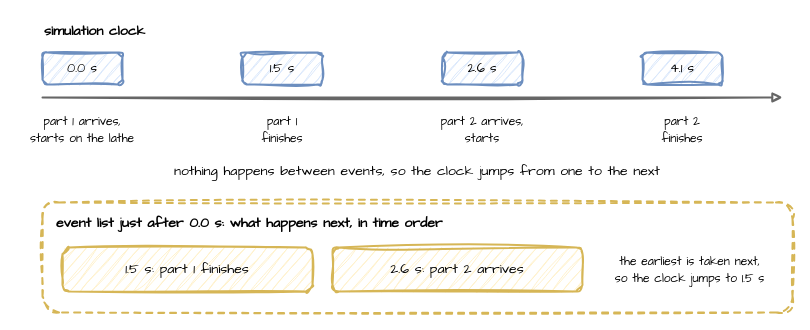
The draw.io diagram docs/assets/diagrams/event-clock.drawio in jaehyeon-kim/desflow, before the edit. Source tidied: cells renumbered, new cells numbered last; positions are measured from the earlier drawing's top-left corner, leaving out a move shared by most shapes. Both pictures are drawn from the tidied source at 100%, with x=0, y=0 at pixel (17, 17).
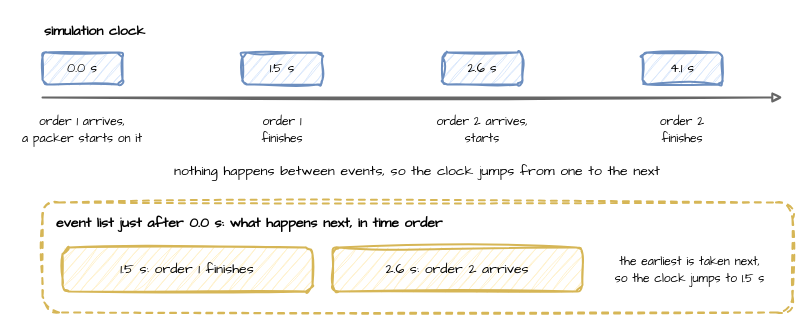
The same page after the edit.

Diff of the diagram source:
```diff
@@
 <mxGraphModel>
   <root>
     <mxCell id="0" />
     <mxCell id="1" parent="0" />
     <mxCell id="2" value="event list just after 0.0 s: what happens next, in time order" style="rounded=1;whiteSpace=wrap;html=1;sketch=1;curveFitting=1;jiggle=2;fontFamily=Comic Sans MS;fontSize=14;fillColor=none;strokeColor=#d6b656;strokeWidth=2;dashed=1;verticalAlign=top;align=left;spacingLeft=12;spacingTop=6;fontStyle=1;" parent="1" vertex="1">
       <mxGeometry x="25" y="185" width="750" height="110" as="geometry" />
     </mxCell>
     <mxCell id="3" value="simulation clock" style="text;html=1;align=center;verticalAlign=middle;whiteSpace=wrap;html=1;sketch=1;curveFitting=1;jiggle=2;fontFamily=Comic Sans MS;fontSize=14;align=left;fontStyle=1;" parent="1" vertex="1">
       <mxGeometry x="25" width="160" height="28" as="geometry" />
     </mxCell>
     <mxCell id="4" value="0.0 s" style="rounded=1;whiteSpace=wrap;html=1;sketch=1;curveFitting=1;jiggle=2;fontFamily=Comic Sans MS;fontSize=14;fillColor=#dae8fc;strokeColor=#6c8ebf;strokeWidth=2;fontSize=13;" parent="1" vertex="1">
       <mxGeometry x="25" y="35" width="80" height="32" as="geometry" />
     </mxCell>
-    <mxCell id="5" value="&lt;font style='font-size:12px'&gt;part 1 arrives,&lt;br&gt;starts on the lathe&lt;/font&gt;" style="text;html=1;align=center;verticalAlign=middle;whiteSpace=wrap;html=1;sketch=1;curveFitting=1;jiggle=2;fontFamily=Comic Sans MS;fontSize=14;" parent="1" vertex="1">
+    <mxCell id="5" value="&lt;font style='font-size:12px'&gt;order 1 arrives,&lt;br&gt;a packer starts on it&lt;/font&gt;" style="text;html=1;align=center;verticalAlign=middle;whiteSpace=wrap;html=1;sketch=1;curveFitting=1;jiggle=2;fontFamily=Comic Sans MS;fontSize=14;" parent="1" vertex="1">
       <mxGeometry y="92" width="130" height="40" as="geometry" />
     </mxCell>
     <mxCell id="6" value="1.5 s" style="rounded=1;whiteSpace=wrap;html=1;sketch=1;curveFitting=1;jiggle=2;fontFamily=Comic Sans MS;fontSize=14;fillColor=#dae8fc;strokeColor=#6c8ebf;strokeWidth=2;fontSize=13;" parent="1" vertex="1">
       <mxGeometry x="225" y="35" width="80" height="32" as="geometry" />
     </mxCell>
-    <mxCell id="7" value="&lt;font style='font-size:12px'&gt;part 1&lt;br&gt;finishes&lt;/font&gt;" style="text;html=1;align=center;verticalAlign=middle;whiteSpace=wrap;html=1;sketch=1;curveFitting=1;jiggle=2;fontFamily=Comic Sans MS;fontSize=14;" parent="1" vertex="1">
+    <mxCell id="7" value="&lt;font style='font-size:12px'&gt;order 1&lt;br&gt;finishes&lt;/font&gt;" style="text;html=1;align=center;verticalAlign=middle;whiteSpace=wrap;html=1;sketch=1;curveFitting=1;jiggle=2;fontFamily=Comic Sans MS;fontSize=14;" parent="1" vertex="1">
       <mxGeometry x="200" y="92" width="130" height="40" as="geometry" />
     </mxCell>
     <mxCell id="8" value="2.6 s" style="rounded=1;whiteSpace=wrap;html=1;sketch=1;curveFitting=1;jiggle=2;fontFamily=Comic Sans MS;fontSize=14;fillColor=#dae8fc;strokeColor=#6c8ebf;strokeWidth=2;fontSize=13;" parent="1" vertex="1">
       <mxGeometry x="425" y="35" width="80" height="32" as="geometry" />
     </mxCell>
-    <mxCell id="9" value="&lt;font style='font-size:12px'&gt;part 2 arrives,&lt;br&gt;starts&lt;/font&gt;" style="text;html=1;align=center;verticalAlign=middle;whiteSpace=wrap;html=1;sketch=1;curveFitting=1;jiggle=2;fontFamily=Comic Sans MS;fontSize=14;" parent="1" vertex="1">
+    <mxCell id="9" value="&lt;font style='font-size:12px'&gt;order 2 arrives,&lt;br&gt;starts&lt;/font&gt;" style="text;html=1;align=center;verticalAlign=middle;whiteSpace=wrap;html=1;sketch=1;curveFitting=1;jiggle=2;fontFamily=Comic Sans MS;fontSize=14;" parent="1" vertex="1">
       <mxGeometry x="400" y="92" width="130" height="40" as="geometry" />
     </mxCell>
     <mxCell id="10" value="4.1 s" style="rounded=1;whiteSpace=wrap;html=1;sketch=1;curveFitting=1;jiggle=2;fontFamily=Comic Sans MS;fontSize=14;fillColor=#dae8fc;strokeColor=#6c8ebf;strokeWidth=2;fontSize=13;" parent="1" vertex="1">
       <mxGeometry x="625" y="35" width="80" height="32" as="geometry" />
     </mxCell>
-    <mxCell id="11" value="&lt;font style='font-size:12px'&gt;part 2&lt;br&gt;finishes&lt;/font&gt;" style="text;html=1;align=center;verticalAlign=middle;whiteSpace=wrap;html=1;sketch=1;curveFitting=1;jiggle=2;fontFamily=Comic Sans MS;fontSize=14;" parent="1" vertex="1">
+    <mxCell id="11" value="&lt;font style='font-size:12px'&gt;order 2&lt;br&gt;finishes&lt;/font&gt;" style="text;html=1;align=center;verticalAlign=middle;whiteSpace=wrap;html=1;sketch=1;curveFitting=1;jiggle=2;fontFamily=Comic Sans MS;fontSize=14;" parent="1" vertex="1">
       <mxGeometry x="600" y="92" width="130" height="40" as="geometry" />
     </mxCell>
     <mxCell id="12" style="sketch=1;html=1;strokeWidth=2;endArrow=block;strokeColor=#666666;" parent="1" edge="1">
       <mxGeometry relative="1" as="geometry">
         <mxPoint x="25" y="80" as="sourcePoint" />
         <mxPoint x="765" y="80" as="targetPoint" />
       </mxGeometry>
     </mxCell>
     <mxCell id="13" value="nothing happens between events, so the clock jumps from one to the next" style="text;html=1;align=center;verticalAlign=middle;whiteSpace=wrap;html=1;sketch=1;curveFitting=1;jiggle=2;fontFamily=Comic Sans MS;fontSize=14;" parent="1" vertex="1">
       <mxGeometry x="25" y="140" width="750" height="28" as="geometry" />
     </mxCell>
-    <mxCell id="14" value="1.5 s: part 1 finishes" style="rounded=1;whiteSpace=wrap;html=1;sketch=1;curveFitting=1;jiggle=2;fontFamily=Comic Sans MS;fontSize=14;fillColor=#fff2cc;strokeColor=#d6b656;strokeWidth=2;" parent="1" vertex="1">
+    <mxCell id="14" value="1.5 s: order 1 finishes" style="rounded=1;whiteSpace=wrap;html=1;sketch=1;curveFitting=1;jiggle=2;fontFamily=Comic Sans MS;fontSize=14;fillColor=#fff2cc;strokeColor=#d6b656;strokeWidth=2;" parent="1" vertex="1">
       <mxGeometry x="45" y="230" width="250" height="44" as="geometry" />
     </mxCell>
-    <mxCell id="15" value="2.6 s: part 2 arrives" style="rounded=1;whiteSpace=wrap;html=1;sketch=1;curveFitting=1;jiggle=2;fontFamily=Comic Sans MS;fontSize=14;fillColor=#fff2cc;strokeColor=#d6b656;strokeWidth=2;" parent="1" vertex="1">
+    <mxCell id="15" value="2.6 s: order 2 arrives" style="rounded=1;whiteSpace=wrap;html=1;sketch=1;curveFitting=1;jiggle=2;fontFamily=Comic Sans MS;fontSize=14;fillColor=#fff2cc;strokeColor=#d6b656;strokeWidth=2;" parent="1" vertex="1">
       <mxGeometry x="315" y="230" width="250" height="44" as="geometry" />
     </mxCell>
     <mxCell id="16" value="&lt;font style='font-size:12px'&gt;the earliest is taken next,&lt;br&gt;so the clock jumps to 1.5 s&lt;/font&gt;" style="text;html=1;align=center;verticalAlign=middle;whiteSpace=wrap;html=1;sketch=1;curveFitting=1;jiggle=2;fontFamily=Comic Sans MS;fontSize=14;" parent="1" vertex="1">
       <mxGeometry x="580" y="230" width="185" height="44" as="geometry" />
     </mxCell>
   </root>
 </mxGraphModel>
```
